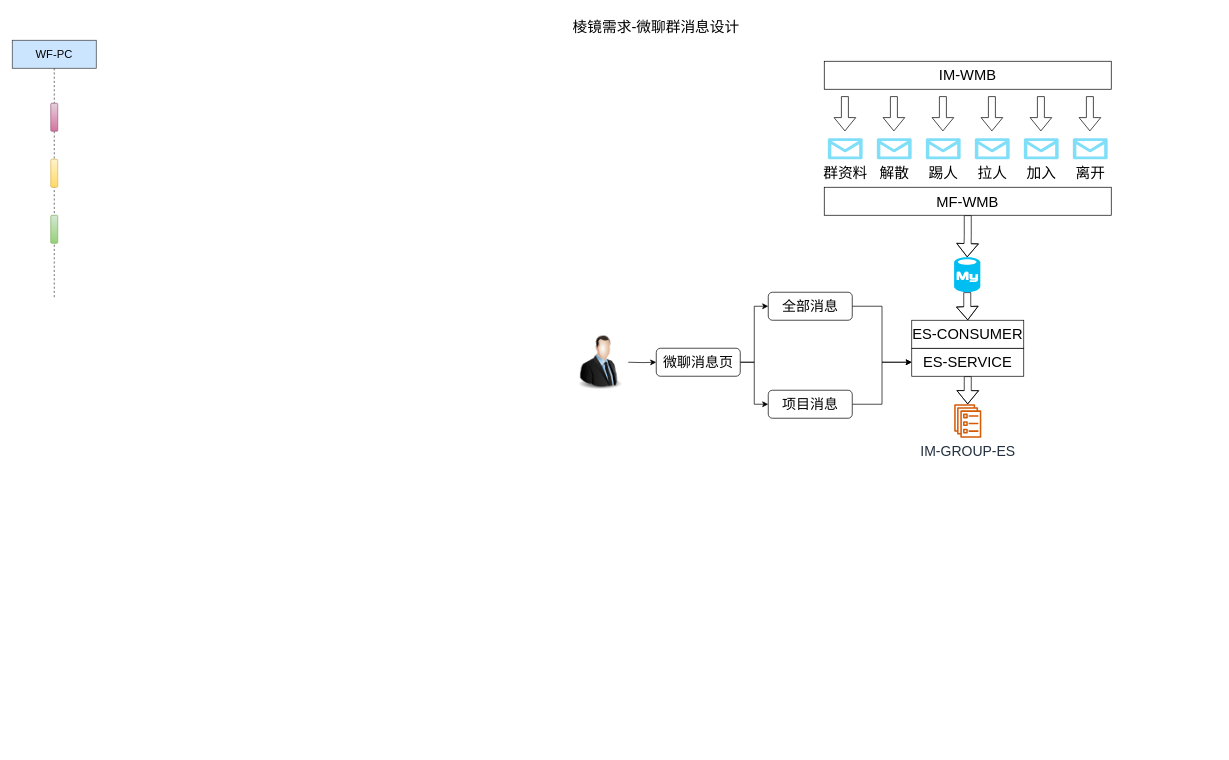
This is 棱镜项目需求.drawio from LuOyEbY/draw-b, a draw.io file, before an edit. Source tidied: cells renumbered, new cells numbered last; positions are measured from the earlier drawing's top-left corner, leaving out a move shared by most shapes. Both pictures are drawn from the tidied source at 70%, with x=0, y=0 at pixel (12, 12).
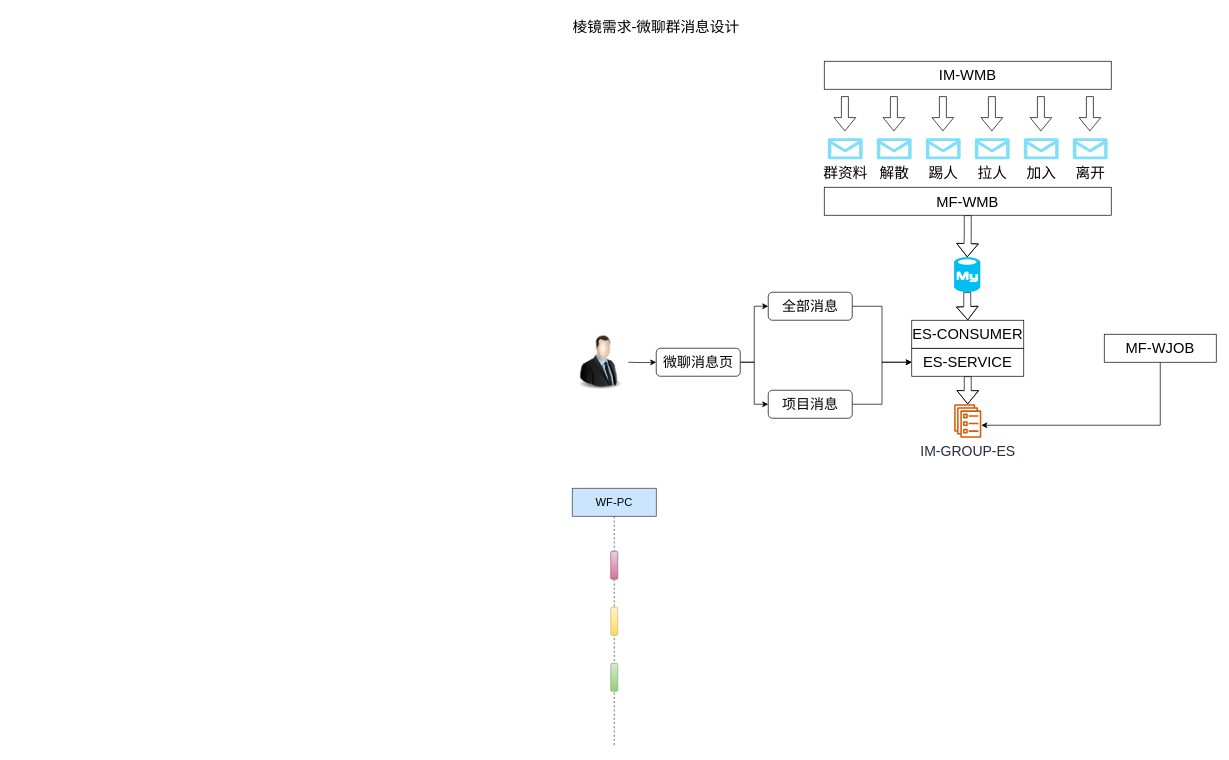
The same diagram, later.

Commit message:
更新棱镜项目需求.drawio

Unchanged cells that the change refers to:
```xml
<mxCell id="8" value="IM-GROUP-ES" style="sketch=0;outlineConnect=0;fontColor=#232F3E;gradientColor=none;fillColor=#D45B07;strokeColor=none;dashed=0;verticalLabelPosition=bottom;verticalAlign=top;align=center;html=1;fontSize=20;fontStyle=0;shape=mxgraph.aws4.ecs_service;rounded=1;shadow=0;glass=0;" parent="1" vertex="1">
  <mxGeometry x="1345.5" y="560" width="39" height="48" as="geometry" />
</mxCell>
```

The edit, as a diff of the source:
```diff
@@
     <mxCell id="4" value="WF-PC" style="shape=umlLifeline;perimeter=lifelinePerimeter;whiteSpace=wrap;html=1;rounded=0;fontFamily=Helvetica;fontSize=16;strokeColor=#36393d;fillColor=#cce5ff;" parent="1" vertex="1">
-      <mxGeometry y="40" width="120" height="370" as="geometry" />
+      <mxGeometry x="800" y="680" width="120" height="370" as="geometry" />
     </mxCell>
@@
+    <mxCell id="38" style="edgeStyle=orthogonalEdgeStyle;rounded=0;jettySize=auto;html=1;fontSize=20;" parent="1" edge="1" source="39" target="8">
+      <mxGeometry relative="1" as="geometry">
+        <Array as="points">
+          <mxPoint x="1640" y="590" />
+        </Array>
+      </mxGeometry>
+    </mxCell>
+    <mxCell id="39" value="MF-WJOB" style="rounded=0;whiteSpace=wrap;html=1;shadow=0;glass=0;fontSize=21;" parent="1" vertex="1">
+      <mxGeometry x="1560" y="460" width="160" height="40" as="geometry" />
+    </mxCell>
```
